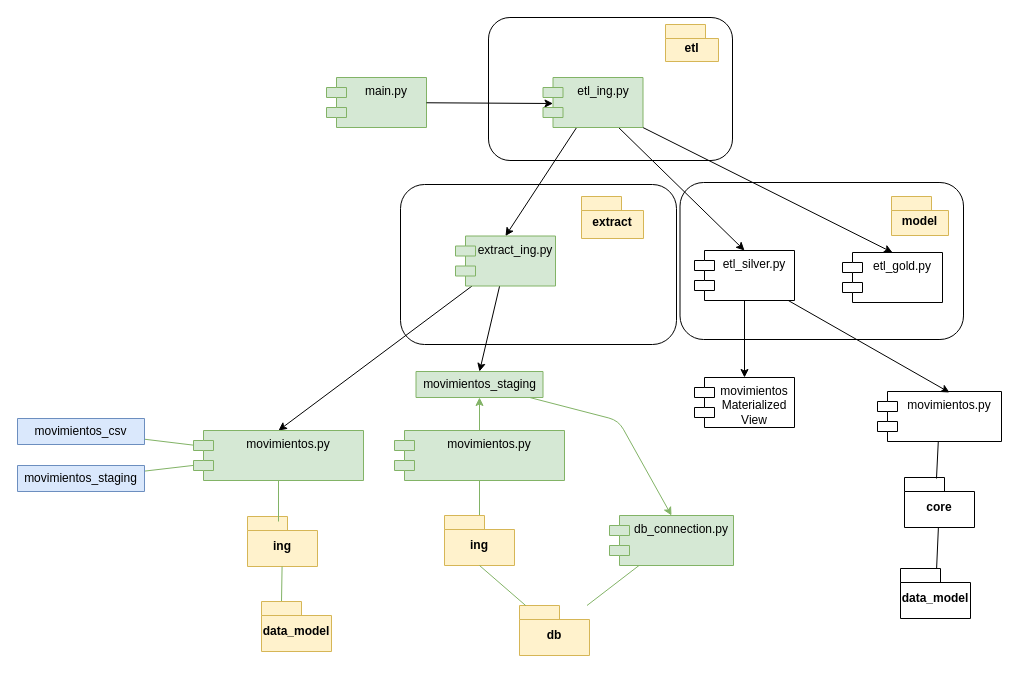
cperezh/DataEng_Patterns keeps this draw.io diagram as page "Diagrama clases" (6 of 7) of diagrams/diagrams.dio. Above is the earlier version. Source tidied: cells renumbered, new cells numbered last; positions are measured from the earlier drawing's top-left corner, leaving out a move shared by most shapes. Both pictures are drawn from the tidied source at 100%, with x=0, y=0 at pixel (17, 17).
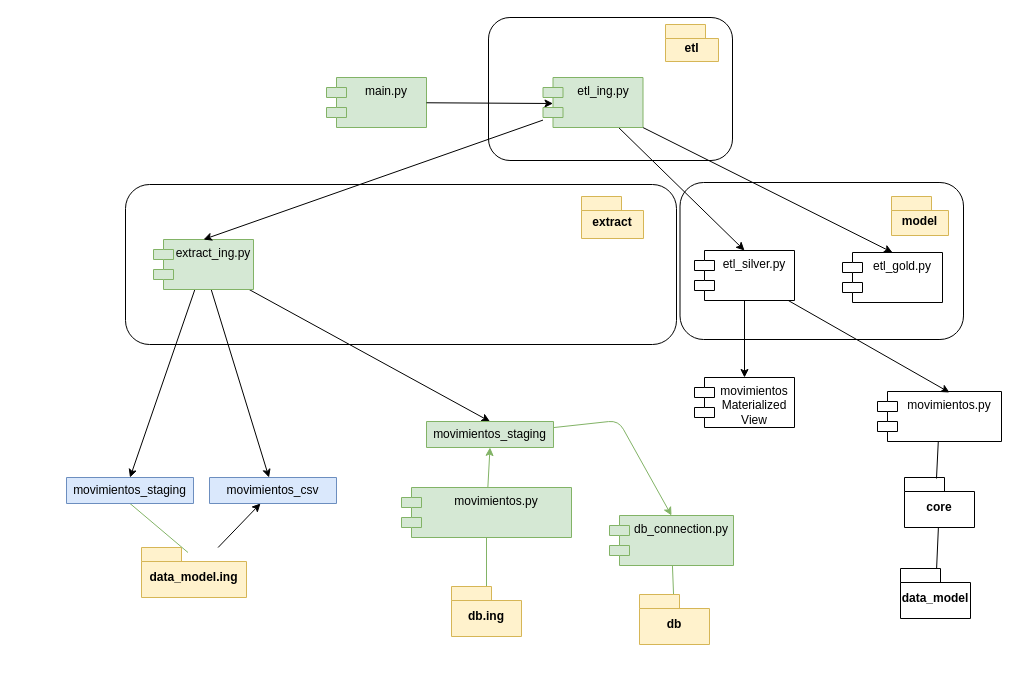
The same page after the edit.

Diff of the diagram source:
```diff
@@
     <mxCell id="4" style="rounded=1;whiteSpace=wrap;html=1;" parent="1" vertex="1">
-      <mxGeometry x="383" y="167" width="276" height="160" as="geometry" />
+      <mxGeometry x="108" y="167" width="551" height="160" as="geometry" />
     </mxCell>
@@
-    <mxCell id="6" style="edgeStyle=none;html=1;entryX=0.5;entryY=0;entryDx=0;entryDy=0;" parent="1" edge="1" source="8" target="23">
+    <mxCell id="6" style="edgeStyle=none;html=1;entryX=0.5;entryY=0;entryDx=0;entryDy=0;" parent="1" edge="1" source="8" target="35">
       <mxGeometry relative="1" as="geometry" />
     </mxCell>
@@
+    <mxCell id="46" style="edgeStyle=none;html=1;" parent="1" edge="1" source="8" target="34">
+      <mxGeometry relative="1" as="geometry" />
+    </mxCell>
     <mxCell id="8" value="extract_ing.py" style="shape=module;align=center;spacingLeft=20;align=center;verticalAlign=top;whiteSpace=wrap;html=1;strokeColor=#82b366;fontFamily=Helvetica;fontSize=12;fillColor=#d5e8d4;" parent="1" vertex="1">
-      <mxGeometry x="438" y="218.5" width="100" height="50" as="geometry" />
+      <mxGeometry x="136" y="222" width="100" height="50" as="geometry" />
     </mxCell>
@@
     <mxCell id="15" value="db" style="shape=folder;fontStyle=1;spacingTop=10;tabWidth=40;tabHeight=14;tabPosition=left;html=1;whiteSpace=wrap;fillColor=#fff2cc;strokeColor=#d6b656;" parent="1" vertex="1">
-      <mxGeometry x="502" y="588" width="70" height="50" as="geometry" />
+      <mxGeometry x="622" y="577" width="70" height="50" as="geometry" />
     </mxCell>
@@
+    <mxCell id="47" style="edgeStyle=none;html=1;" parent="1" edge="1" source="20" target="34">
+      <mxGeometry relative="1" as="geometry" />
+    </mxCell>
-    <mxCell id="20" value="ing" style="shape=folder;fontStyle=1;spacingTop=10;tabWidth=40;tabHeight=14;tabPosition=left;html=1;whiteSpace=wrap;fillColor=#fff2cc;strokeColor=#d6b656;" parent="1" vertex="1">
-      <mxGeometry x="230" y="499" width="70" height="50" as="geometry" />
+    <mxCell id="20" value="data_model.ing" style="shape=folder;fontStyle=1;spacingTop=10;tabWidth=40;tabHeight=14;tabPosition=left;html=1;whiteSpace=wrap;fillColor=#fff2cc;strokeColor=#d6b656;" parent="1" vertex="1">
+      <mxGeometry x="124" y="530" width="105" height="50" as="geometry" />
     </mxCell>
-    <mxCell id="21" style="edgeStyle=none;html=1;endArrow=none;endFill=0;fillColor=#d5e8d4;strokeColor=#82b366;" parent="1" edge="1" source="23" target="34">
-      <mxGeometry relative="1" as="geometry" />
-    </mxCell>
-    <mxCell id="22" style="edgeStyle=none;html=1;endArrow=none;endFill=0;fillColor=#d5e8d4;strokeColor=#82b366;" parent="1" edge="1" source="23" target="35">
-      <mxGeometry relative="1" as="geometry" />
-    </mxCell>
-    <mxCell id="23" value="movimientos.py" style="shape=module;align=center;spacingLeft=20;align=center;verticalAlign=top;whiteSpace=wrap;html=1;strokeColor=#82b366;fontFamily=Helvetica;fontSize=12;fillColor=#d5e8d4;" parent="1" vertex="1">
-      <mxGeometry x="176" y="413" width="170" height="50" as="geometry" />
-    </mxCell>
@@
-    <mxCell id="30" style="edgeStyle=none;html=1;entryX=0.443;entryY=0.1;entryDx=0;entryDy=0;entryPerimeter=0;endArrow=none;endFill=0;fillColor=#d5e8d4;strokeColor=#82b366;" parent="1" edge="1" source="23" target="20">
+    <mxCell id="30" style="edgeStyle=none;html=1;entryX=0.443;entryY=0.1;entryDx=0;entryDy=0;entryPerimeter=0;endArrow=none;endFill=0;fillColor=#d5e8d4;strokeColor=#82b366;exitX=0.5;exitY=1;exitDx=0;exitDy=0;" parent="1" edge="1" source="35" target="20">
       <mxGeometry relative="1" as="geometry" />
     </mxCell>
@@
-    <mxCell id="32" style="edgeStyle=none;html=1;entryX=0;entryY=0;entryDx=20;entryDy=0;entryPerimeter=0;endArrow=none;endFill=0;fillColor=#d5e8d4;strokeColor=#82b366;" parent="1" edge="1" source="20" target="33">
-      <mxGeometry relative="1" as="geometry" />
-    </mxCell>
-    <mxCell id="33" value="data_model" style="shape=folder;fontStyle=1;spacingTop=10;tabWidth=40;tabHeight=14;tabPosition=left;html=1;whiteSpace=wrap;fillColor=#fff2cc;strokeColor=#d6b656;" parent="1" vertex="1">
-      <mxGeometry x="244" y="584" width="70" height="50" as="geometry" />
-    </mxCell>
     <mxCell id="34" value="movimientos_csv" style="swimlane;fontStyle=0;horizontal=1;startSize=26;fillColor=#dae8fc;whiteSpace=wrap;html=1;strokeColor=#6c8ebf;" parent="1" vertex="1" collapsed="1">
-      <mxGeometry y="401" width="127" height="26" as="geometry" />
+      <mxGeometry x="192" y="460" width="127" height="26" as="geometry" />
     </mxCell>
     <mxCell id="35" value="movimientos_staging" style="swimlane;fontStyle=0;horizontal=1;startSize=26;fillColor=#dae8fc;whiteSpace=wrap;html=1;strokeColor=#6c8ebf;" parent="1" vertex="1" collapsed="1">
-      <mxGeometry y="448" width="127" height="26" as="geometry" />
+      <mxGeometry x="49" y="460" width="127" height="26" as="geometry" />
     </mxCell>
@@
-    <mxCell id="39" value="ing" style="shape=folder;fontStyle=1;spacingTop=10;tabWidth=40;tabHeight=14;tabPosition=left;html=1;whiteSpace=wrap;fillColor=#fff2cc;strokeColor=#d6b656;" parent="1" vertex="1">
-      <mxGeometry x="427" y="498" width="70" height="50" as="geometry" />
+    <mxCell id="39" value="db.ing" style="shape=folder;fontStyle=1;spacingTop=10;tabWidth=40;tabHeight=14;tabPosition=left;html=1;whiteSpace=wrap;fillColor=#fff2cc;strokeColor=#d6b656;" parent="1" vertex="1">
+      <mxGeometry x="434" y="569" width="70" height="50" as="geometry" />
     </mxCell>
@@
     <mxCell id="41" value="movimientos_staging" style="swimlane;fontStyle=0;horizontal=1;startSize=26;fillColor=#d5e8d4;whiteSpace=wrap;html=1;strokeColor=#82b366;" parent="1" vertex="1" collapsed="1">
-      <mxGeometry x="398.5" y="354" width="127" height="26" as="geometry" />
+      <mxGeometry x="409" y="404" width="127" height="26" as="geometry" />
     </mxCell>
     <mxCell id="42" value="movimientos.py" style="shape=module;align=center;spacingLeft=20;align=center;verticalAlign=top;whiteSpace=wrap;html=1;strokeColor=#82b366;fontFamily=Helvetica;fontSize=12;fillColor=#d5e8d4;" parent="1" vertex="1">
-      <mxGeometry x="377" y="413" width="170" height="50" as="geometry" />
+      <mxGeometry x="384" y="470" width="170" height="50" as="geometry" />
     </mxCell>
-    <mxCell id="43" style="edgeStyle=none;html=1;entryX=0.5;entryY=1;entryDx=0;entryDy=0;entryPerimeter=0;endArrow=none;endFill=0;fillColor=#d5e8d4;strokeColor=#82b366;" parent="1" edge="1" source="15" target="39">
-      <mxGeometry relative="1" as="geometry" />
-    </mxCell>
```
